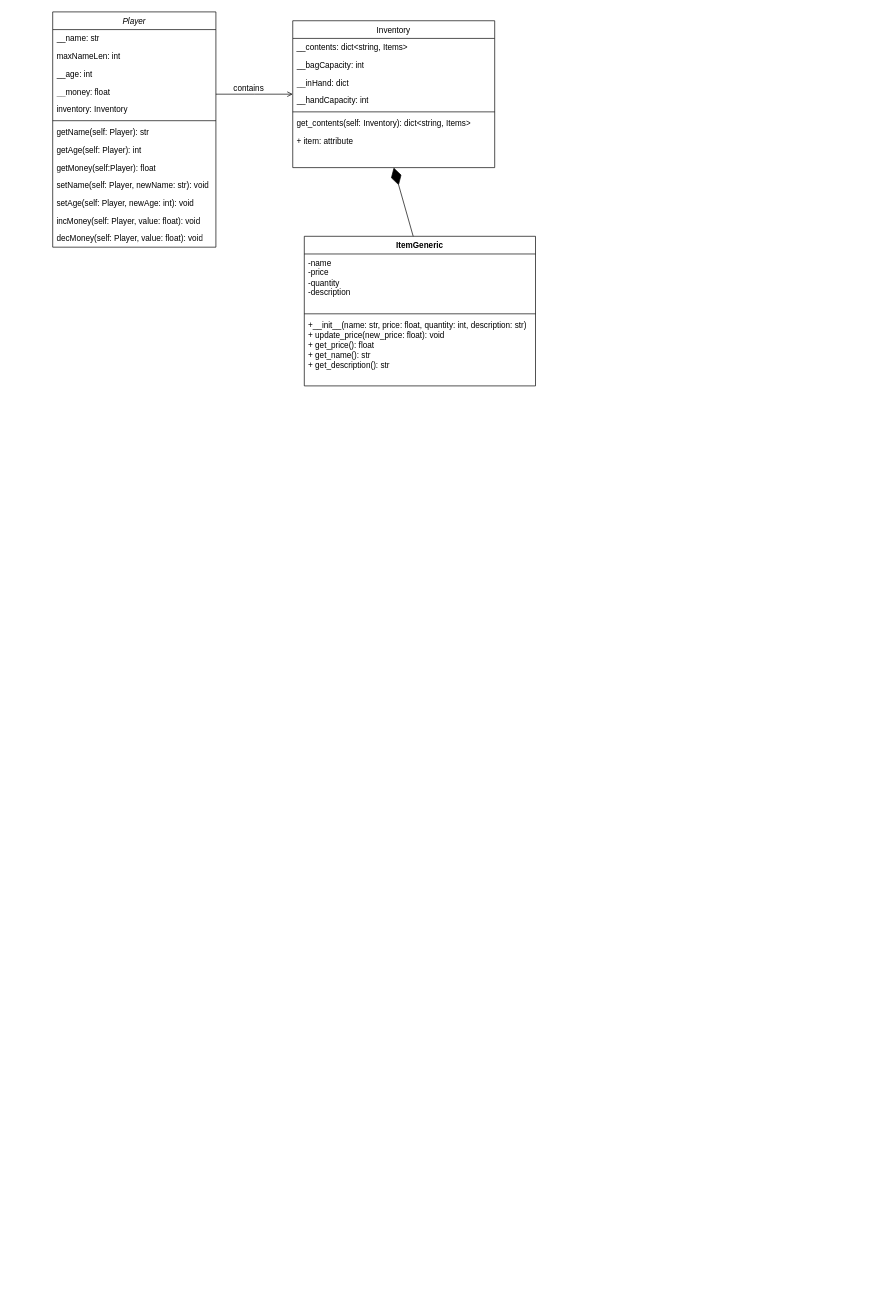
Earlier version of the draw.io diagram IdleFarmingSimUML.drawio (p-rinceS/IdleFarmingSimUML). Source tidied: cells renumbered, new cells numbered last; positions are measured from the earlier drawing's top-left corner, leaving out a move shared by most shapes. Both pictures are drawn from the tidied source at 68%, with x=0, y=0 at pixel (52, 12).
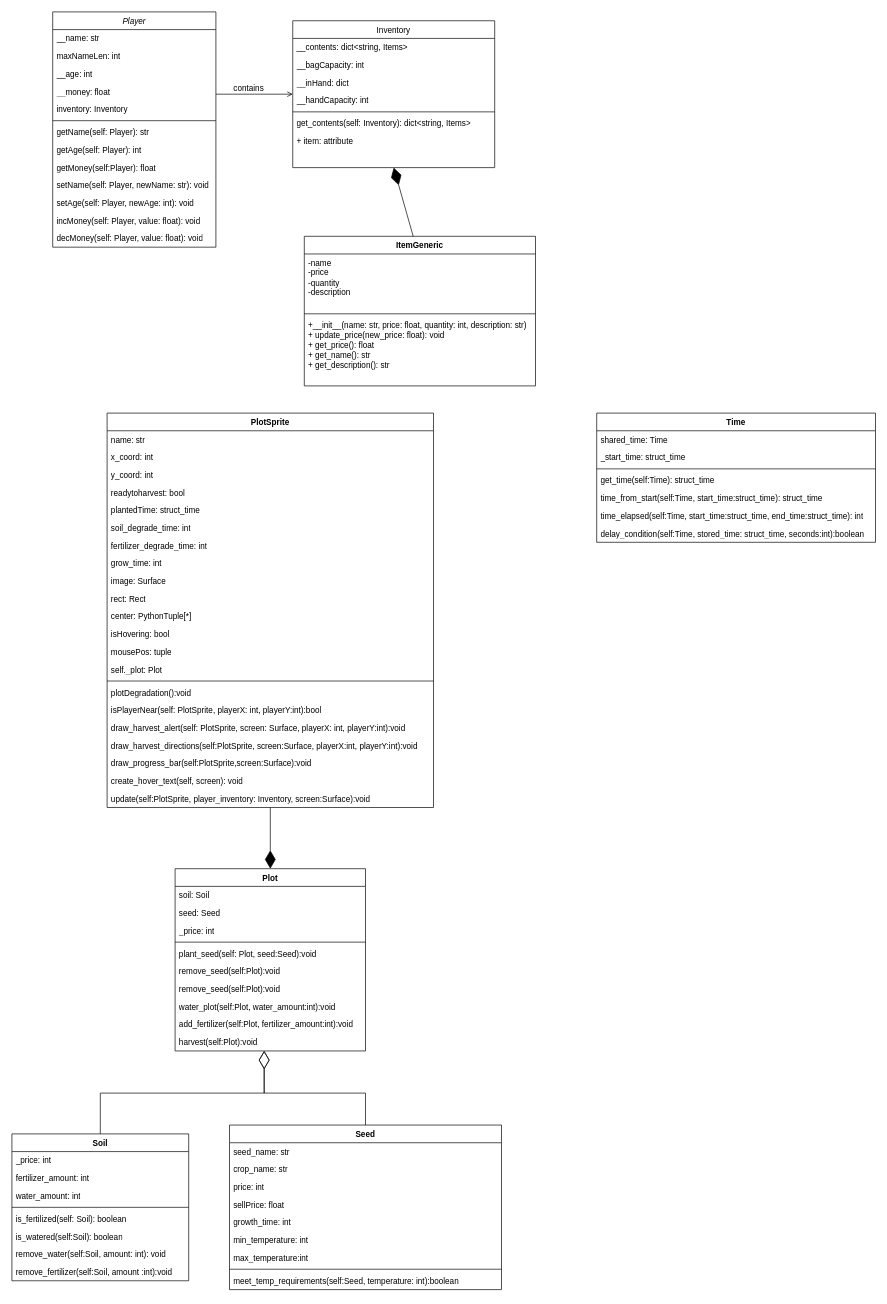
The same diagram, later.

What changed in the source:
```diff
@@
+    <mxCell id="33" value="Soil" style="swimlane;fontStyle=1;align=center;verticalAlign=top;horizontal=1;startSize=26;whiteSpace=wrap;html=1;" parent="1" vertex="1">
+      <mxGeometry x="-60" y="1650" width="260" height="216" as="geometry" />
+    </mxCell>
+    <mxCell id="34" value="_price: int&amp;nbsp;" style="text;strokeColor=none;fillColor=none;align=left;verticalAlign=top;spacingLeft=4;spacingRight=4;overflow=hidden;whiteSpace=wrap;html=1;" parent="33" vertex="1">
+      <mxGeometry y="26" width="260" height="26" as="geometry" />
+    </mxCell>
+    <mxCell id="35" value="fertilizer_amount: int" style="text;strokeColor=none;fillColor=none;align=left;verticalAlign=top;spacingLeft=4;spacingRight=4;overflow=hidden;whiteSpace=wrap;html=1;" parent="33" vertex="1">
+      <mxGeometry y="52" width="260" height="26" as="geometry" />
+    </mxCell>
+    <mxCell id="36" value="water_amount: int" style="text;strokeColor=none;fillColor=none;align=left;verticalAlign=top;spacingLeft=4;spacingRight=4;overflow=hidden;whiteSpace=wrap;html=1;" parent="33" vertex="1">
+      <mxGeometry y="78" width="260" height="26" as="geometry" />
+    </mxCell>
+    <mxCell id="37" style="line;strokeWidth=1;fillColor=none;align=left;verticalAlign=middle;spacingTop=-1;spacingLeft=3;spacingRight=3;labelPosition=right;strokeColor=inherit;" parent="33" vertex="1">
+      <mxGeometry y="104" width="260" height="8" as="geometry" />
+    </mxCell>
+    <mxCell id="38" value="is_fertilized(self: Soil): boolean" style="text;strokeColor=none;fillColor=none;align=left;verticalAlign=top;spacingLeft=4;spacingRight=4;overflow=hidden;whiteSpace=wrap;html=1;" parent="33" vertex="1">
+      <mxGeometry y="112" width="260" height="26" as="geometry" />
+    </mxCell>
+    <mxCell id="39" value="is_watered(self:Soil): boolean" style="text;strokeColor=none;fillColor=none;align=left;verticalAlign=top;spacingLeft=4;spacingRight=4;overflow=hidden;whiteSpace=wrap;html=1;" parent="33" vertex="1">
+      <mxGeometry y="138" width="260" height="26" as="geometry" />
+    </mxCell>
+    <mxCell id="40" value="remove_water(self:Soil, amount: int): void" style="text;strokeColor=none;fillColor=none;align=left;verticalAlign=top;spacingLeft=4;spacingRight=4;overflow=hidden;whiteSpace=wrap;html=1;" parent="33" vertex="1">
+      <mxGeometry y="164" width="260" height="26" as="geometry" />
+    </mxCell>
+    <mxCell id="41" value="remove_fertilizer(self:Soil, amount :int):void" style="text;strokeColor=none;fillColor=none;align=left;verticalAlign=top;spacingLeft=4;spacingRight=4;overflow=hidden;whiteSpace=wrap;html=1;" parent="33" vertex="1">
+      <mxGeometry y="190" width="260" height="26" as="geometry" />
+    </mxCell>
+    <mxCell id="42" value="Seed" style="swimlane;fontStyle=1;align=center;verticalAlign=top;horizontal=1;startSize=26;whiteSpace=wrap;html=1;" parent="1" vertex="1">
+      <mxGeometry x="260" y="1637" width="400" height="242" as="geometry" />
+    </mxCell>
+    <mxCell id="43" value="seed_name: str" style="text;strokeColor=none;fillColor=none;align=left;verticalAlign=top;spacingLeft=4;spacingRight=4;overflow=hidden;whiteSpace=wrap;html=1;" parent="42" vertex="1">
+      <mxGeometry y="26" width="400" height="26" as="geometry" />
+    </mxCell>
+    <mxCell id="44" value="crop_name: str" style="text;strokeColor=none;fillColor=none;align=left;verticalAlign=top;spacingLeft=4;spacingRight=4;overflow=hidden;whiteSpace=wrap;html=1;" parent="42" vertex="1">
+      <mxGeometry y="52" width="400" height="26" as="geometry" />
+    </mxCell>
+    <mxCell id="45" value="price: int" style="text;strokeColor=none;fillColor=none;align=left;verticalAlign=top;spacingLeft=4;spacingRight=4;overflow=hidden;whiteSpace=wrap;html=1;" parent="42" vertex="1">
+      <mxGeometry y="78" width="400" height="26" as="geometry" />
+    </mxCell>
+    <mxCell id="46" value="sellPrice: float" style="text;strokeColor=none;fillColor=none;align=left;verticalAlign=top;spacingLeft=4;spacingRight=4;overflow=hidden;whiteSpace=wrap;html=1;" parent="42" vertex="1">
+      <mxGeometry y="104" width="400" height="26" as="geometry" />
+    </mxCell>
+    <mxCell id="47" value="growth_time: int" style="text;strokeColor=none;fillColor=none;align=left;verticalAlign=top;spacingLeft=4;spacingRight=4;overflow=hidden;whiteSpace=wrap;html=1;" parent="42" vertex="1">
+      <mxGeometry y="130" width="400" height="26" as="geometry" />
+    </mxCell>
+    <mxCell id="48" value="min_temperature: int" style="text;strokeColor=none;fillColor=none;align=left;verticalAlign=top;spacingLeft=4;spacingRight=4;overflow=hidden;whiteSpace=wrap;html=1;" parent="42" vertex="1">
+      <mxGeometry y="156" width="400" height="26" as="geometry" />
+    </mxCell>
+    <mxCell id="49" value="max_temperature:int" style="text;strokeColor=none;fillColor=none;align=left;verticalAlign=top;spacingLeft=4;spacingRight=4;overflow=hidden;whiteSpace=wrap;html=1;" parent="42" vertex="1">
+      <mxGeometry y="182" width="400" height="26" as="geometry" />
+    </mxCell>
+    <mxCell id="50" style="line;strokeWidth=1;fillColor=none;align=left;verticalAlign=middle;spacingTop=-1;spacingLeft=3;spacingRight=3;labelPosition=right;strokeColor=inherit;" parent="42" vertex="1">
+      <mxGeometry y="208" width="400" height="8" as="geometry" />
+    </mxCell>
+    <mxCell id="51" value="meet_temp_requirements(self:Seed, temperature: int):boolean" style="text;strokeColor=none;fillColor=none;align=left;verticalAlign=top;spacingLeft=4;spacingRight=4;overflow=hidden;whiteSpace=wrap;html=1;" parent="42" vertex="1">
+      <mxGeometry y="216" width="400" height="26" as="geometry" />
+    </mxCell>
+    <mxCell id="52" value="Plot" style="swimlane;fontStyle=1;align=center;verticalAlign=top;horizontal=1;startSize=26;whiteSpace=wrap;html=1;" parent="1" vertex="1">
+      <mxGeometry x="180" y="1260" width="280" height="268" as="geometry" />
+    </mxCell>
+    <mxCell id="53" value="soil: Soil" style="text;strokeColor=none;fillColor=none;align=left;verticalAlign=top;spacingLeft=4;spacingRight=4;overflow=hidden;whiteSpace=wrap;html=1;" parent="52" vertex="1">
+      <mxGeometry y="26" width="280" height="26" as="geometry" />
+    </mxCell>
+    <mxCell id="54" value="seed: Seed" style="text;strokeColor=none;fillColor=none;align=left;verticalAlign=top;spacingLeft=4;spacingRight=4;overflow=hidden;whiteSpace=wrap;html=1;" parent="52" vertex="1">
+      <mxGeometry y="52" width="280" height="26" as="geometry" />
+    </mxCell>
+    <mxCell id="55" value="_price: int" style="text;strokeColor=none;fillColor=none;align=left;verticalAlign=top;spacingLeft=4;spacingRight=4;overflow=hidden;whiteSpace=wrap;html=1;" parent="52" vertex="1">
+      <mxGeometry y="78" width="280" height="26" as="geometry" />
+    </mxCell>
+    <mxCell id="56" style="line;strokeWidth=1;fillColor=none;align=left;verticalAlign=middle;spacingTop=-1;spacingLeft=3;spacingRight=3;labelPosition=right;strokeColor=inherit;" parent="52" vertex="1">
+      <mxGeometry y="104" width="280" height="8" as="geometry" />
+    </mxCell>
+    <mxCell id="57" value="plant_seed(self: Plot, seed:Seed):void" style="text;strokeColor=none;fillColor=none;align=left;verticalAlign=top;spacingLeft=4;spacingRight=4;overflow=hidden;whiteSpace=wrap;html=1;" parent="52" vertex="1">
+      <mxGeometry y="112" width="280" height="26" as="geometry" />
+    </mxCell>
+    <mxCell id="58" value="remove_seed(self:Plot):void" style="text;strokeColor=none;fillColor=none;align=left;verticalAlign=top;spacingLeft=4;spacingRight=4;overflow=hidden;whiteSpace=wrap;html=1;" parent="52" vertex="1">
+      <mxGeometry y="138" width="280" height="26" as="geometry" />
+    </mxCell>
+    <mxCell id="59" value="remove_seed(self:Plot):void" style="text;strokeColor=none;fillColor=none;align=left;verticalAlign=top;spacingLeft=4;spacingRight=4;overflow=hidden;whiteSpace=wrap;html=1;" parent="52" vertex="1">
+      <mxGeometry y="164" width="280" height="26" as="geometry" />
+    </mxCell>
+    <mxCell id="60" value="water_plot(self:Plot, water_amount:int):void" style="text;strokeColor=none;fillColor=none;align=left;verticalAlign=top;spacingLeft=4;spacingRight=4;overflow=hidden;whiteSpace=wrap;html=1;" parent="52" vertex="1">
+      <mxGeometry y="190" width="280" height="26" as="geometry" />
+    </mxCell>
+    <mxCell id="61" value="add_fertilizer(self:Plot, fertilizer_amount:int):void" style="text;strokeColor=none;fillColor=none;align=left;verticalAlign=top;spacingLeft=4;spacingRight=4;overflow=hidden;whiteSpace=wrap;html=1;" parent="52" vertex="1">
+      <mxGeometry y="216" width="280" height="26" as="geometry" />
+    </mxCell>
+    <mxCell id="62" value="harvest(self:Plot):void" style="text;strokeColor=none;fillColor=none;align=left;verticalAlign=top;spacingLeft=4;spacingRight=4;overflow=hidden;whiteSpace=wrap;html=1;" parent="52" vertex="1">
+      <mxGeometry y="242" width="280" height="26" as="geometry" />
+    </mxCell>
+    <mxCell id="63" value="PlotSprite" style="swimlane;fontStyle=1;align=center;verticalAlign=top;horizontal=1;startSize=26;whiteSpace=wrap;html=1;" parent="1" vertex="1">
+      <mxGeometry x="80" y="590" width="480" height="580" as="geometry" />
+    </mxCell>
+    <mxCell id="64" value="name: str" style="text;strokeColor=none;fillColor=none;align=left;verticalAlign=top;spacingLeft=4;spacingRight=4;overflow=hidden;whiteSpace=wrap;html=1;" parent="63" vertex="1">
+      <mxGeometry y="26" width="480" height="26" as="geometry" />
+    </mxCell>
+    <mxCell id="65" value="x_coord: int" style="text;strokeColor=none;fillColor=none;align=left;verticalAlign=top;spacingLeft=4;spacingRight=4;overflow=hidden;whiteSpace=wrap;html=1;" parent="63" vertex="1">
+      <mxGeometry y="52" width="480" height="26" as="geometry" />
+    </mxCell>
+    <mxCell id="66" value="y_coord: int" style="text;strokeColor=none;fillColor=none;align=left;verticalAlign=top;spacingLeft=4;spacingRight=4;overflow=hidden;whiteSpace=wrap;html=1;" parent="63" vertex="1">
+      <mxGeometry y="78" width="480" height="26" as="geometry" />
+    </mxCell>
+    <mxCell id="67" value="readytoharvest: bool" style="text;strokeColor=none;fillColor=none;align=left;verticalAlign=top;spacingLeft=4;spacingRight=4;overflow=hidden;whiteSpace=wrap;html=1;" parent="63" vertex="1">
+      <mxGeometry y="104" width="480" height="26" as="geometry" />
+    </mxCell>
+    <mxCell id="68" value="plantedTime: struct_time" style="text;strokeColor=none;fillColor=none;align=left;verticalAlign=top;spacingLeft=4;spacingRight=4;overflow=hidden;whiteSpace=wrap;html=1;" parent="63" vertex="1">
+      <mxGeometry y="130" width="480" height="26" as="geometry" />
+    </mxCell>
+    <mxCell id="69" value="soil_degrade_time: int" style="text;strokeColor=none;fillColor=none;align=left;verticalAlign=top;spacingLeft=4;spacingRight=4;overflow=hidden;whiteSpace=wrap;html=1;" parent="63" vertex="1">
+      <mxGeometry y="156" width="480" height="26" as="geometry" />
+    </mxCell>
+    <mxCell id="70" value="fertilizer_degrade_time: int" style="text;strokeColor=none;fillColor=none;align=left;verticalAlign=top;spacingLeft=4;spacingRight=4;overflow=hidden;whiteSpace=wrap;html=1;" parent="63" vertex="1">
+      <mxGeometry y="182" width="480" height="26" as="geometry" />
+    </mxCell>
+    <mxCell id="71" value="grow_time: int" style="text;strokeColor=none;fillColor=none;align=left;verticalAlign=top;spacingLeft=4;spacingRight=4;overflow=hidden;whiteSpace=wrap;html=1;" parent="63" vertex="1">
+      <mxGeometry y="208" width="480" height="26" as="geometry" />
+    </mxCell>
+    <mxCell id="72" value="image: Surface" style="text;strokeColor=none;fillColor=none;align=left;verticalAlign=top;spacingLeft=4;spacingRight=4;overflow=hidden;whiteSpace=wrap;html=1;" parent="63" vertex="1">
+      <mxGeometry y="234" width="480" height="26" as="geometry" />
+    </mxCell>
+    <mxCell id="73" value="rect: Rect" style="text;strokeColor=none;fillColor=none;align=left;verticalAlign=top;spacingLeft=4;spacingRight=4;overflow=hidden;whiteSpace=wrap;html=1;" parent="63" vertex="1">
+      <mxGeometry y="260" width="480" height="26" as="geometry" />
+    </mxCell>
+    <mxCell id="74" value="center: PythonTuple[*]" style="text;strokeColor=none;fillColor=none;align=left;verticalAlign=top;spacingLeft=4;spacingRight=4;overflow=hidden;whiteSpace=wrap;html=1;" parent="63" vertex="1">
+      <mxGeometry y="286" width="480" height="26" as="geometry" />
+    </mxCell>
+    <mxCell id="75" value="isHovering: bool" style="text;strokeColor=none;fillColor=none;align=left;verticalAlign=top;spacingLeft=4;spacingRight=4;overflow=hidden;whiteSpace=wrap;html=1;" parent="63" vertex="1">
+      <mxGeometry y="312" width="480" height="26" as="geometry" />
+    </mxCell>
+    <mxCell id="76" value="mousePos: tuple" style="text;strokeColor=none;fillColor=none;align=left;verticalAlign=top;spacingLeft=4;spacingRight=4;overflow=hidden;whiteSpace=wrap;html=1;" parent="63" vertex="1">
+      <mxGeometry y="338" width="480" height="26" as="geometry" />
+    </mxCell>
+    <mxCell id="77" value="self._plot: Plot" style="text;strokeColor=none;fillColor=none;align=left;verticalAlign=top;spacingLeft=4;spacingRight=4;overflow=hidden;whiteSpace=wrap;html=1;" parent="63" vertex="1">
+      <mxGeometry y="364" width="480" height="26" as="geometry" />
+    </mxCell>
+    <mxCell id="78" style="line;strokeWidth=1;fillColor=none;align=left;verticalAlign=middle;spacingTop=-1;spacingLeft=3;spacingRight=3;labelPosition=right;strokeColor=inherit;" parent="63" vertex="1">
+      <mxGeometry y="390" width="480" height="8" as="geometry" />
+    </mxCell>
+    <mxCell id="79" value="plotDegradation():void" style="text;strokeColor=none;fillColor=none;align=left;verticalAlign=top;spacingLeft=4;spacingRight=4;overflow=hidden;whiteSpace=wrap;html=1;" parent="63" vertex="1">
+      <mxGeometry y="398" width="480" height="26" as="geometry" />
+    </mxCell>
+    <mxCell id="80" value="isPlayerNear(self: PlotSprite, playerX: int, playerY:int):bool" style="text;strokeColor=none;fillColor=none;align=left;verticalAlign=top;spacingLeft=4;spacingRight=4;overflow=hidden;whiteSpace=wrap;html=1;" parent="63" vertex="1">
+      <mxGeometry y="424" width="480" height="26" as="geometry" />
+    </mxCell>
+    <mxCell id="81" value="draw_harvest_alert(self: PlotSprite, screen: Surface, playerX: int, playerY:int):void" style="text;strokeColor=none;fillColor=none;align=left;verticalAlign=top;spacingLeft=4;spacingRight=4;overflow=hidden;whiteSpace=wrap;html=1;" parent="63" vertex="1">
+      <mxGeometry y="450" width="480" height="26" as="geometry" />
+    </mxCell>
+    <mxCell id="82" value="draw_harvest_directions(self:PlotSprite, screen:Surface, playerX:int, playerY:int):void" style="text;strokeColor=none;fillColor=none;align=left;verticalAlign=top;spacingLeft=4;spacingRight=4;overflow=hidden;whiteSpace=wrap;html=1;" parent="63" vertex="1">
+      <mxGeometry y="476" width="480" height="26" as="geometry" />
+    </mxCell>
+    <mxCell id="83" value="draw_progress_bar(self:PlotSprite,screen:Surface):void" style="text;strokeColor=none;fillColor=none;align=left;verticalAlign=top;spacingLeft=4;spacingRight=4;overflow=hidden;whiteSpace=wrap;html=1;" parent="63" vertex="1">
+      <mxGeometry y="502" width="480" height="26" as="geometry" />
+    </mxCell>
+    <mxCell id="84" value="create_hover_text(self, screen): void" style="text;strokeColor=none;fillColor=none;align=left;verticalAlign=top;spacingLeft=4;spacingRight=4;overflow=hidden;whiteSpace=wrap;html=1;" parent="63" vertex="1">
+      <mxGeometry y="528" width="480" height="26" as="geometry" />
+    </mxCell>
+    <mxCell id="85" value="update(self:PlotSprite, player_inventory: Inventory, screen:Surface):void" style="text;strokeColor=none;fillColor=none;align=left;verticalAlign=top;spacingLeft=4;spacingRight=4;overflow=hidden;points=[[0,0.5],[1,0.5]];portConstraint=eastwest;whiteSpace=wrap;html=1;" parent="63" vertex="1">
+      <mxGeometry y="554" width="480" height="26" as="geometry" />
+    </mxCell>
+    <mxCell id="86" value="Time" style="swimlane;fontStyle=1;align=center;verticalAlign=top;horizontal=1;startSize=26;whiteSpace=wrap;html=1;" parent="1" vertex="1">
+      <mxGeometry x="800" y="590" width="410" height="190" as="geometry" />
+    </mxCell>
+    <mxCell id="87" value="shared_time: Time" style="text;strokeColor=none;fillColor=none;align=left;verticalAlign=top;spacingLeft=4;spacingRight=4;overflow=hidden;whiteSpace=wrap;html=1;" parent="86" vertex="1">
+      <mxGeometry y="26" width="410" height="26" as="geometry" />
+    </mxCell>
+    <mxCell id="88" value="_start_time: struct_time" style="text;strokeColor=none;fillColor=none;align=left;verticalAlign=top;spacingLeft=4;spacingRight=4;overflow=hidden;whiteSpace=wrap;html=1;" parent="86" vertex="1">
+      <mxGeometry y="52" width="410" height="26" as="geometry" />
+    </mxCell>
+    <mxCell id="89" style="line;strokeWidth=1;fillColor=none;align=left;verticalAlign=middle;spacingTop=-1;spacingLeft=3;spacingRight=3;labelPosition=right;strokeColor=inherit;" parent="86" vertex="1">
+      <mxGeometry y="78" width="410" height="8" as="geometry" />
+    </mxCell>
+    <mxCell id="90" value="get_time(self:Time): struct_time" style="text;strokeColor=none;fillColor=none;align=left;verticalAlign=top;spacingLeft=4;spacingRight=4;overflow=hidden;whiteSpace=wrap;html=1;" parent="86" vertex="1">
+      <mxGeometry y="86" width="410" height="26" as="geometry" />
+    </mxCell>
+    <mxCell id="91" value="time_from_start(self:Time, start_time:struct_time): struct_time" style="text;strokeColor=none;fillColor=none;align=left;verticalAlign=top;spacingLeft=4;spacingRight=4;overflow=hidden;whiteSpace=wrap;html=1;" parent="86" vertex="1">
+      <mxGeometry y="112" width="410" height="26" as="geometry" />
+    </mxCell>
+    <mxCell id="92" value="time_elapsed(self:Time, start_time:struct_time, end_time:struct_time): int" style="text;strokeColor=none;fillColor=none;align=left;verticalAlign=top;spacingLeft=4;spacingRight=4;overflow=hidden;whiteSpace=wrap;html=1;" parent="86" vertex="1">
+      <mxGeometry y="138" width="410" height="26" as="geometry" />
+    </mxCell>
+    <mxCell id="93" value="delay_condition(self:Time, stored_time: struct_time, seconds:int):boolean" style="text;strokeColor=none;fillColor=none;align=left;verticalAlign=top;spacingLeft=4;spacingRight=4;overflow=hidden;whiteSpace=wrap;html=1;" parent="86" vertex="1">
+      <mxGeometry y="164" width="410" height="26" as="geometry" />
+    </mxCell>
+    <mxCell id="94" style="endArrow=diamondThin;endFill=0;endSize=24;html=1;rounded=0;exitX=0.5;exitY=0;exitDx=0;exitDy=0;edgeStyle=elbowEdgeStyle;elbow=vertical;entryX=0.468;entryY=1.071;entryDx=0;entryDy=0;entryPerimeter=0;" parent="1" edge="1" source="33">
+      <mxGeometry relative="1" as="geometry">
+        <mxPoint x="311" y="1528" as="targetPoint" />
+        <Array as="points">
+          <mxPoint x="230" y="1590" />
+        </Array>
+      </mxGeometry>
+    </mxCell>
+    <mxCell id="95" style="endArrow=diamondThin;endFill=0;endSize=24;html=1;rounded=0;exitX=0.5;exitY=0;exitDx=0;exitDy=0;entryX=0.468;entryY=1.231;entryDx=0;entryDy=0;entryPerimeter=0;edgeStyle=elbowEdgeStyle;elbow=vertical;" parent="1" edge="1" source="42">
+      <mxGeometry relative="1" as="geometry">
+        <mxPoint x="311" y="1528" as="targetPoint" />
+        <Array as="points">
+          <mxPoint x="390" y="1590" />
+        </Array>
+      </mxGeometry>
+    </mxCell>
+    <mxCell id="96" style="endArrow=diamondThin;endFill=1;endSize=24;html=1;rounded=0;entryX=0.5;entryY=0;entryDx=0;entryDy=0;" parent="1" edge="1" source="85" target="52">
+      <mxGeometry relative="1" as="geometry" />
+    </mxCell>
```
